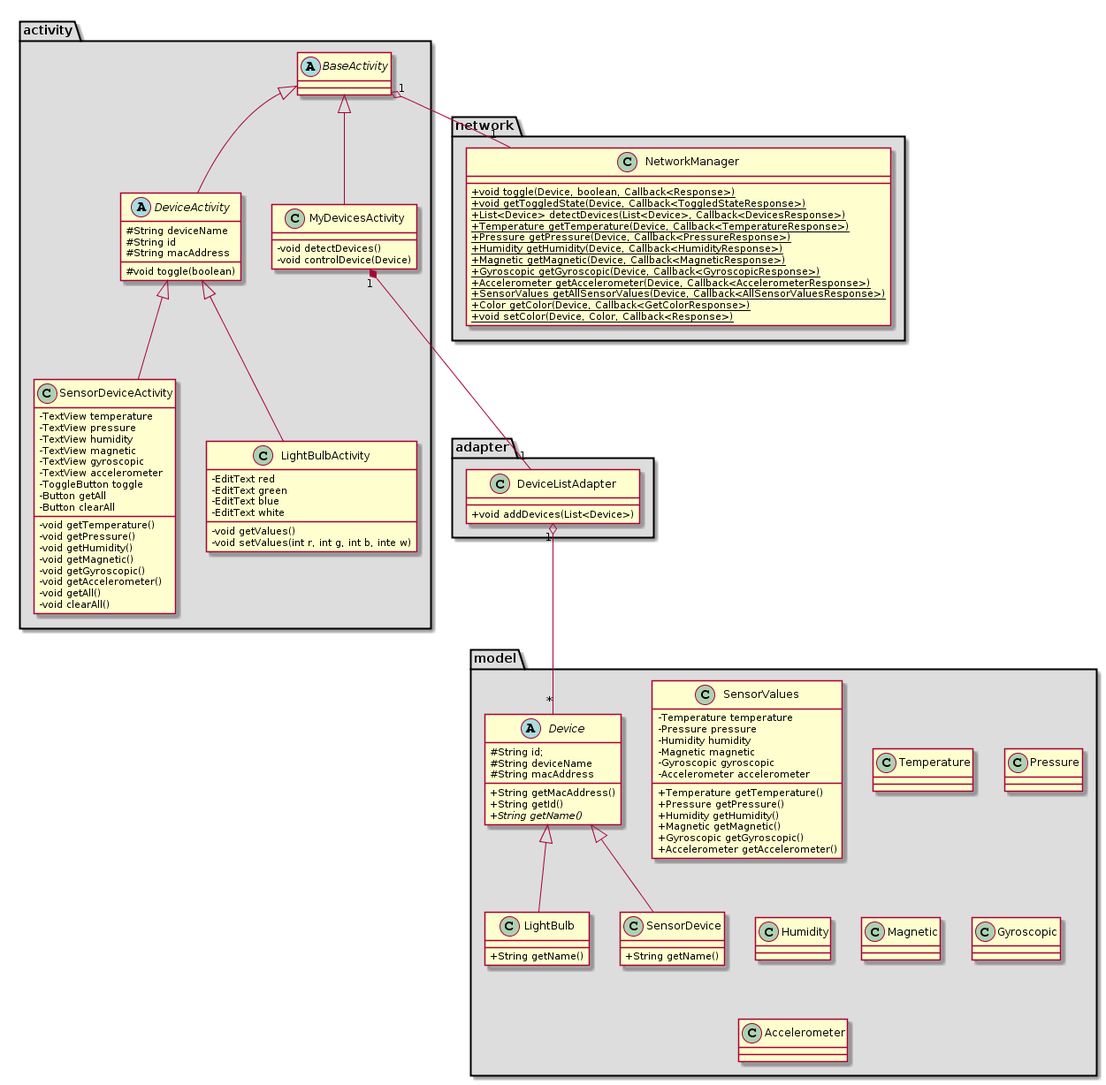
ockka/ETSN05-Group2 keeps this PlantUML diagram as docs/STLDD/class_diagram.png. Above is the earlier version.
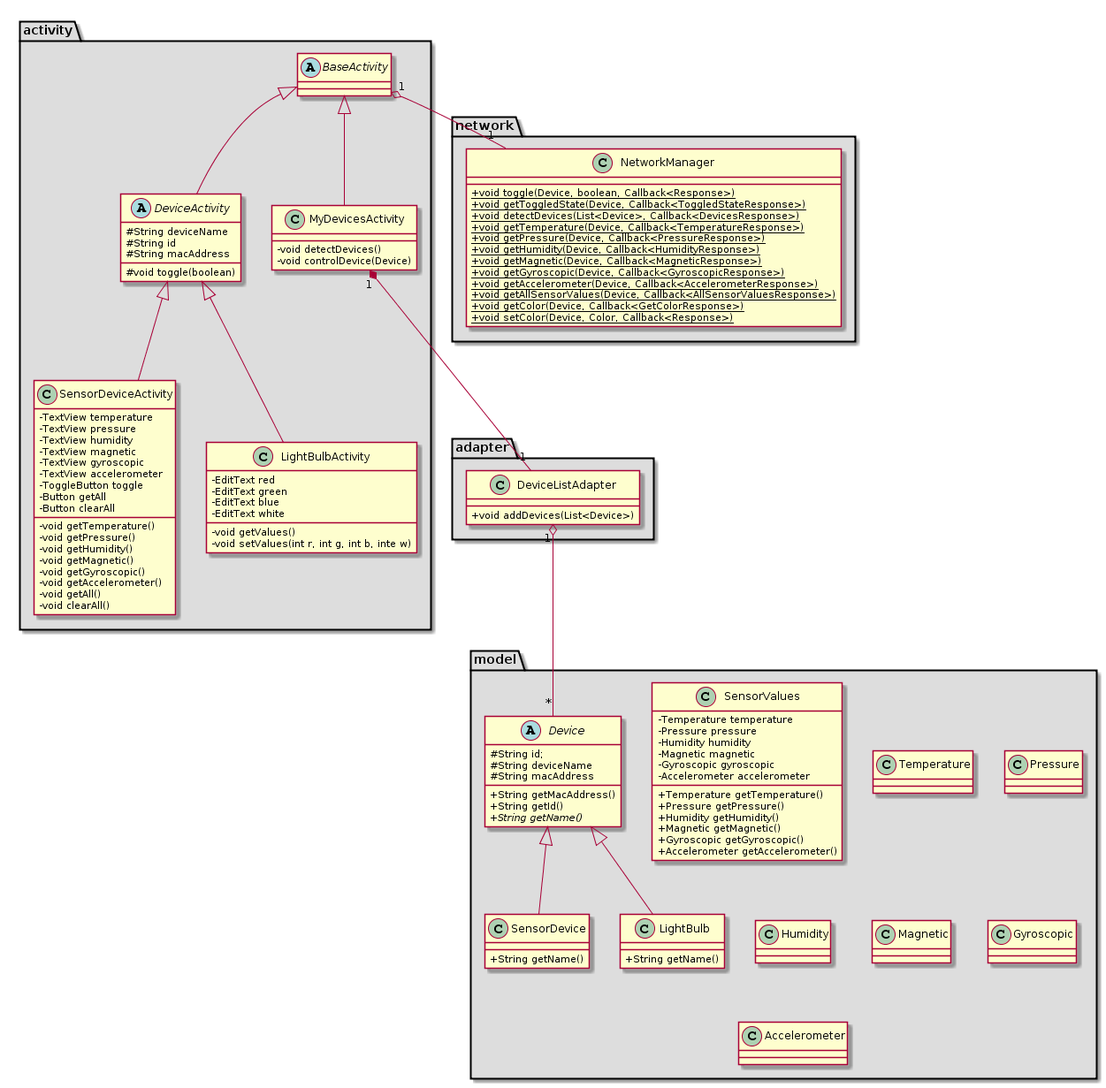
After the commit.

Commit message:
Changed return values from network manager to void. The response should be handled in the callback

Diff of the diagram source:
```diff
@@ -30,15 +30,15 @@
  class NetworkManager{
  +{static} void toggle(Device, boolean, Callback<Response>)
  +{static} void getToggledState(Device, Callback<ToggledStateResponse>)
- +{static} List<Device> detectDevices(List<Device>, Callback<DevicesResponse>)
- +{static} Temperature getTemperature(Device, Callback<TemperatureResponse>)
- +{static} Pressure getPressure(Device, Callback<PressureResponse>)
- +{static} Humidity getHumidity(Device, Callback<HumidityResponse>)
- +{static} Magnetic getMagnetic(Device, Callback<MagneticResponse>)
- +{static} Gyroscopic getGyroscopic(Device, Callback<GyroscopicResponse>)
- +{static} Accelerometer getAccelerometer(Device, Callback<AccelerometerResponse>)
- +{static} SensorValues getAllSensorValues(Device, Callback<AllSensorValuesResponse>)
- +{static} Color getColor(Device, Callback<GetColorResponse>)
+ +{static} void detectDevices(List<Device>, Callback<DevicesResponse>)
+ +{static} void getTemperature(Device, Callback<TemperatureResponse>)
+ +{static} void getPressure(Device, Callback<PressureResponse>)
+ +{static} void getHumidity(Device, Callback<HumidityResponse>)
+ +{static} void getMagnetic(Device, Callback<MagneticResponse>)
+ +{static} void getGyroscopic(Device, Callback<GyroscopicResponse>)
+ +{static} void getAccelerometer(Device, Callback<AccelerometerResponse>)
+ +{static} void getAllSensorValues(Device, Callback<AllSensorValuesResponse>)
+ +{static} void getColor(Device, Callback<GetColorResponse>)
  +{static} void setColor(Device, Color, Callback<Response>)
 }
 
```
